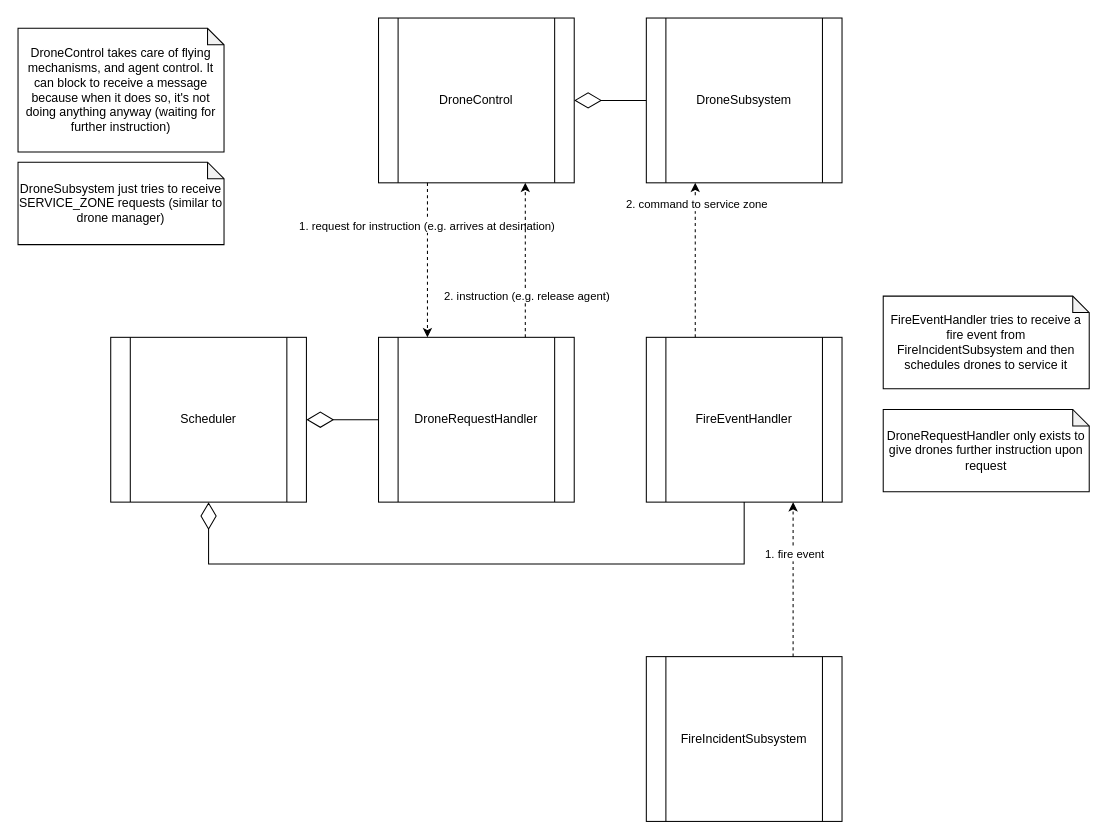
The draw.io diagram docs/udp_shit/udp_communication.drawio in hubertdang/fire-drone-swarm, before the edit. Source tidied: cells renumbered, new cells numbered last; positions are measured from the earlier drawing's top-left corner, leaving out a move shared by most shapes. Both pictures are drawn from the tidied source at 103%, with x=0, y=0 at pixel (18, 18).
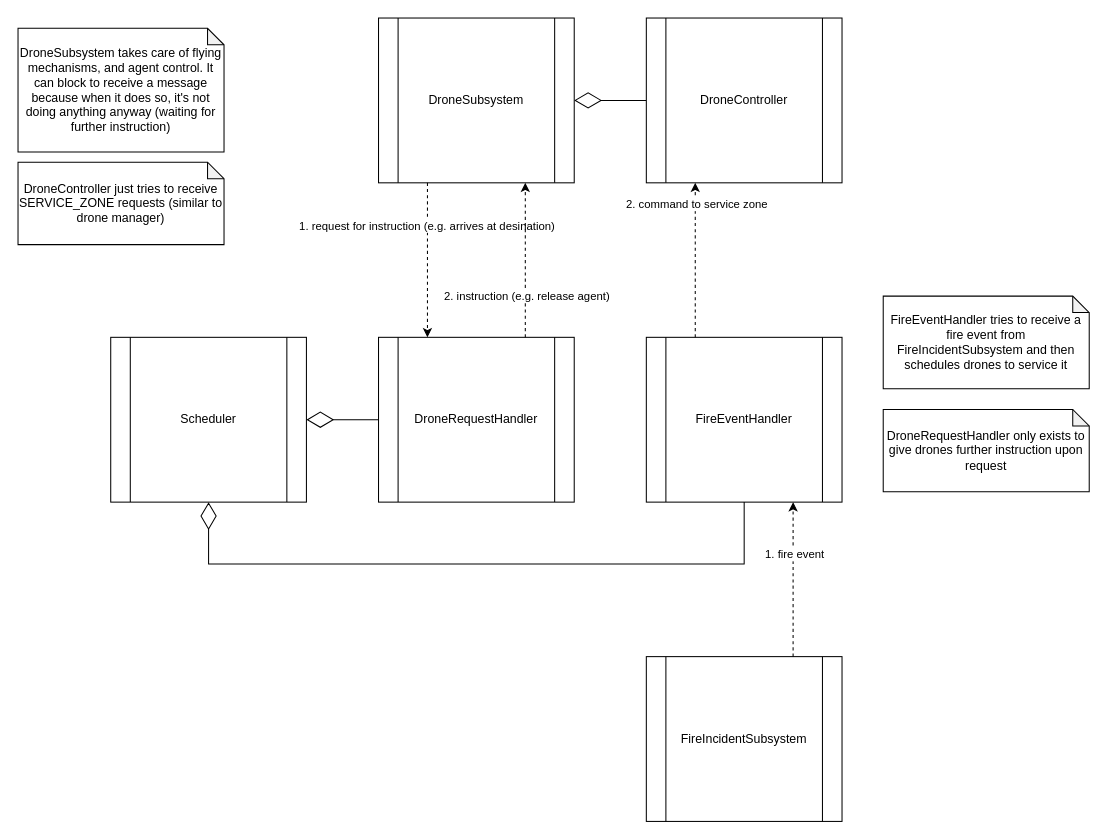
The same diagram, later.

Commit message (it also covers changes not shown here):
Changed the names of the drone threads because these new names make more sense

Change to the diagram source:
```diff
@@
-    <mxCell id="2" value="DroneControl" style="shape=process;whiteSpace=wrap;html=1;backgroundOutline=1;" parent="1" vertex="1">
+    <mxCell id="2" value="DroneSubsystem" style="shape=process;whiteSpace=wrap;html=1;backgroundOutline=1;" parent="1" vertex="1">
       <mxGeometry x="350" width="190" height="160" as="geometry" />
     </mxCell>
@@
-    <mxCell id="4" value="DroneSubsystem" style="shape=process;whiteSpace=wrap;html=1;backgroundOutline=1;" parent="1" vertex="1">
+    <mxCell id="4" value="DroneController" style="shape=process;whiteSpace=wrap;html=1;backgroundOutline=1;" parent="1" vertex="1">
       <mxGeometry x="610" width="190" height="160" as="geometry" />
     </mxCell>
@@
-    <mxCell id="19" value="DroneControl takes care of flying mechanisms, and agent control. It can block to receive a message because when it does so, it's not doing anything anyway (waiting for further instruction)" style="shape=note;whiteSpace=wrap;html=1;backgroundOutline=1;darkOpacity=0.05;size=16;" parent="1" vertex="1">
+    <mxCell id="19" value="DroneSubsystem takes care of flying mechanisms, and agent control. It can block to receive a message because when it does so, it's not doing anything anyway (waiting for further instruction)" style="shape=note;whiteSpace=wrap;html=1;backgroundOutline=1;darkOpacity=0.05;size=16;" parent="1" vertex="1">
       <mxGeometry y="10" width="200" height="120" as="geometry" />
     </mxCell>
-    <mxCell id="20" value="DroneSubsystem just tries to receive SERVICE_ZONE requests (similar to drone manager)" style="shape=note;whiteSpace=wrap;html=1;backgroundOutline=1;darkOpacity=0.05;size=16;" parent="1" vertex="1">
+    <mxCell id="20" value="DroneController just tries to receive SERVICE_ZONE requests (similar to drone manager)" style="shape=note;whiteSpace=wrap;html=1;backgroundOutline=1;darkOpacity=0.05;size=16;" parent="1" vertex="1">
       <mxGeometry y="140" width="200" height="80" as="geometry" />
     </mxCell>
```
